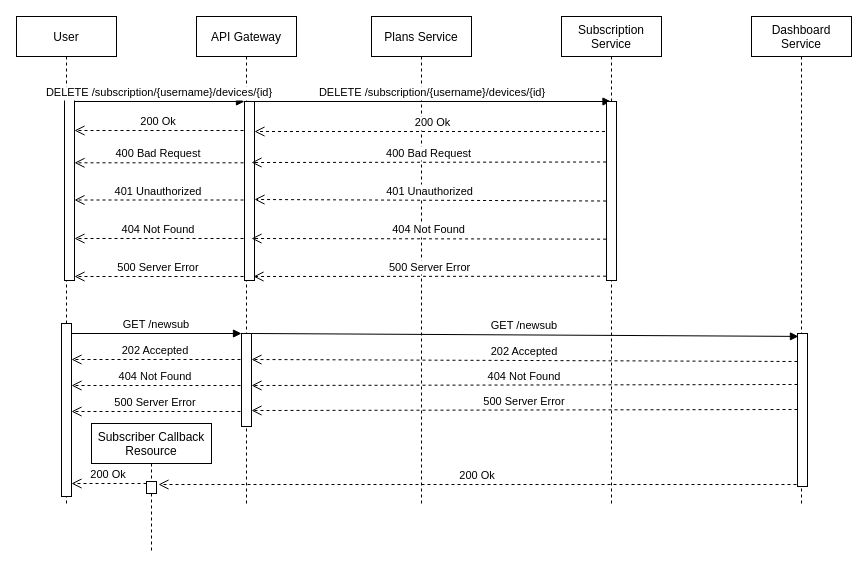
JoaoBruno09/los-bandoleros keeps this draw.io diagram as docs/interaction_protocol.drawio. Above is the earlier version. Source tidied: cells renumbered, new cells numbered last; positions are measured from the earlier drawing's top-left corner, leaving out a move shared by most shapes. Both pictures are drawn from the tidied source at 100%, with x=0, y=0 at pixel (16, 16).
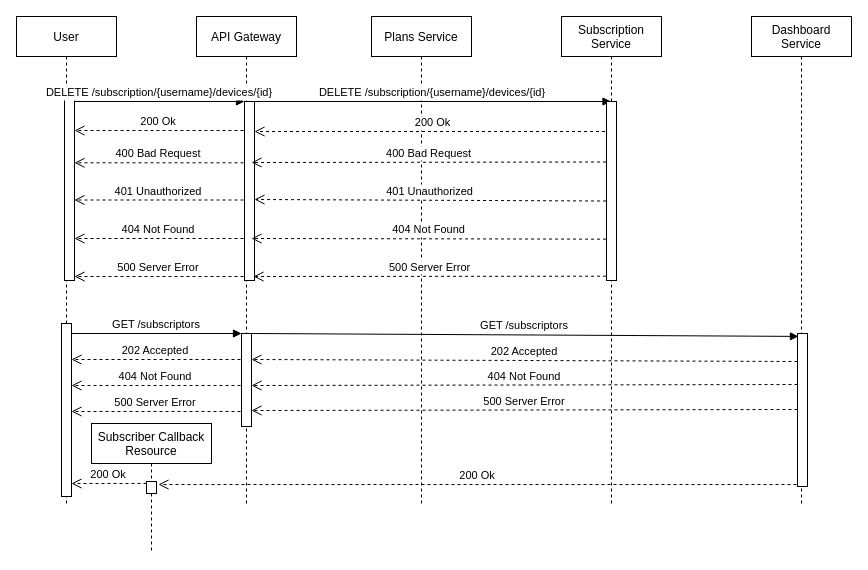
The same page after the edit.

Commit message (it also covers changes not shown here):
Fixed more API erros, updated interaction protocol and added all routes for plans service

The change refers to these unchanged cells:
```xml
<mxCell id="20" style="points=[];perimeter=orthogonalPerimeter;rounded=0;shadow=0;strokeWidth=1;" parent="1" vertex="1">
  <mxGeometry x="45" y="307" width="10" height="173" as="geometry" />
</mxCell>
<mxCell id="21" style="points=[];perimeter=orthogonalPerimeter;rounded=0;shadow=0;strokeWidth=1;" parent="1" vertex="1">
  <mxGeometry x="225" y="317" width="10" height="93" as="geometry" />
</mxCell>
<mxCell id="23" style="points=[];perimeter=orthogonalPerimeter;rounded=0;shadow=0;strokeWidth=1;" parent="1" vertex="1">
  <mxGeometry x="781" y="317" width="10" height="153" as="geometry" />
</mxCell>
```

What changed in the source:
```diff
@@
-    <mxCell id="22" value="GET /newsub" style="verticalAlign=bottom;endArrow=block;entryX=0;entryY=0;shadow=0;strokeWidth=1;" parent="1" edge="1" source="20" target="21">
+    <mxCell id="22" value="GET /subscriptors" style="verticalAlign=bottom;endArrow=block;entryX=0;entryY=0;shadow=0;strokeWidth=1;" parent="1" edge="1" source="20" target="21">
       <mxGeometry relative="1" as="geometry" />
     </mxCell>
@@
-    <mxCell id="24" value="GET /newsub" style="verticalAlign=bottom;endArrow=block;shadow=0;strokeWidth=1;entryX=0.095;entryY=0.019;entryDx=0;entryDy=0;entryPerimeter=0;" parent="1" edge="1" target="23">
+    <mxCell id="24" value="GET /subscriptors" style="verticalAlign=bottom;endArrow=block;shadow=0;strokeWidth=1;entryX=0.095;entryY=0.019;entryDx=0;entryDy=0;entryPerimeter=0;" parent="1" edge="1" target="23">
       <mxGeometry relative="1" as="geometry">
         <mxPoint x="235" y="317" as="sourcePoint" />
       </mxGeometry>
     </mxCell>
```
